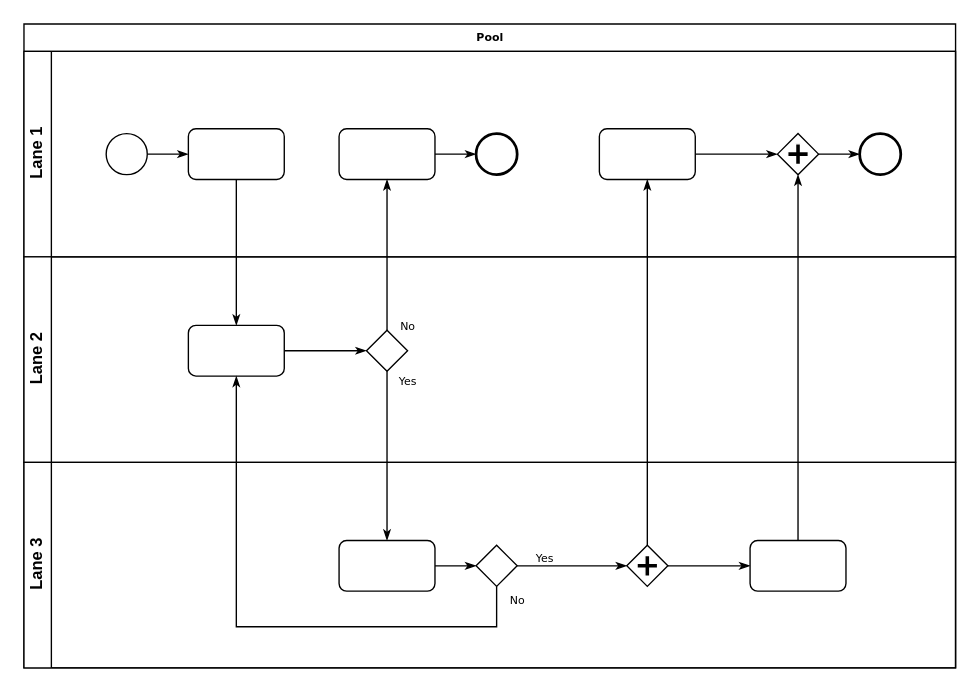
Above: Untitled Diagram.drawio in liyy2/artificial-intelligence (draw.io), before the change. Source tidied: cells renumbered, new cells numbered last; positions are measured from the earlier drawing's top-left corner, leaving out a move shared by most shapes. Both pictures are drawn from the tidied source at 137%, with x=0, y=0 at pixel (23, 23).
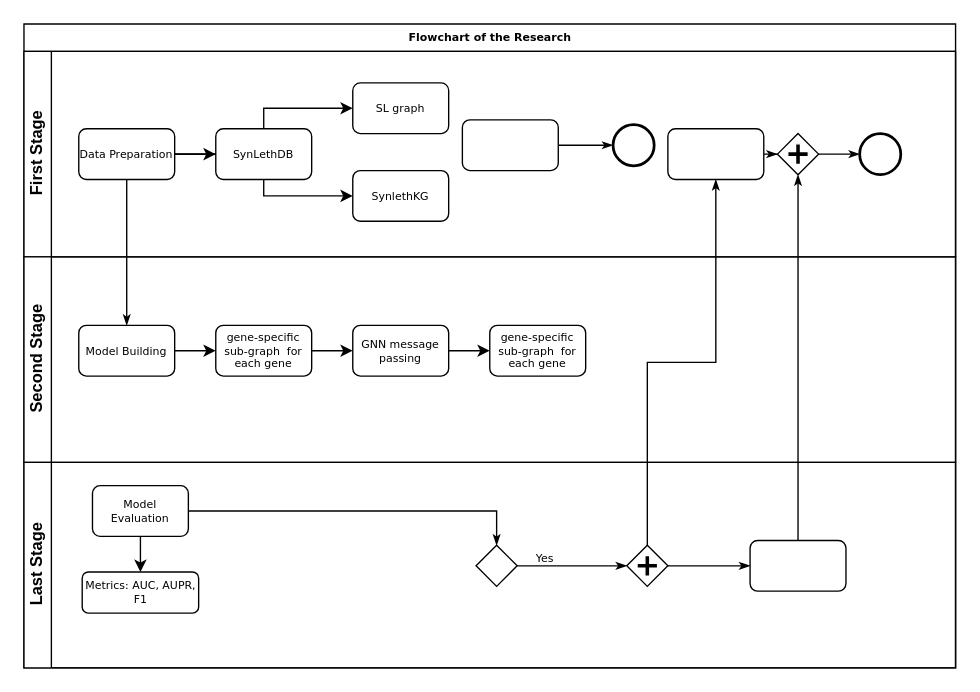
After the change.

The change refers to these unchanged cells:
```xml
<mxCell id="23" style="strokeWidth=1;html=1;shape=mxgraph.flowchart.decision;whiteSpace=wrap;rounded=1;shadow=0;labelBackgroundColor=none;fontFamily=Verdana;fontSize=8;align=center;" parent="19" vertex="1">
  <mxGeometry x="330" y="60.5" width="30" height="30" as="geometry" />
</mxCell>
```

Diff of the diagram source:
```diff
@@
-    <mxCell id="2" value="Pool" style="swimlane;html=1;horizontal=1;startSize=20;rounded=0;shadow=0;labelBackgroundColor=none;strokeWidth=1;fontFamily=Verdana;fontSize=8;align=center;" parent="1" vertex="1">
+    <mxCell id="2" value="Flowchart of the Research" style="swimlane;html=1;horizontal=1;startSize=20;rounded=0;shadow=0;labelBackgroundColor=none;strokeWidth=1;fontFamily=Verdana;fontSize=8;align=center;" parent="1" vertex="1">
       <mxGeometry width="680" height="470" as="geometry" />
     </mxCell>
-    <mxCell id="3" value="Lane 1" style="swimlane;html=1;startSize=20;horizontal=0;" parent="2" vertex="1">
+    <mxCell id="3" value="First Stage&lt;br&gt;" style="swimlane;html=1;startSize=20;horizontal=0;" parent="2" vertex="1">
       <mxGeometry y="20" width="680" height="150" as="geometry" />
     </mxCell>
-    <mxCell id="4" style="edgeStyle=orthogonalEdgeStyle;rounded=0;html=1;labelBackgroundColor=none;startArrow=none;startFill=0;startSize=5;endArrow=classicThin;endFill=1;endSize=5;jettySize=auto;strokeWidth=1;fontFamily=Verdana;fontSize=8;" parent="3" edge="1" source="5" target="6">
-      <mxGeometry relative="1" as="geometry" />
-    </mxCell>
-    <mxCell id="5" style="ellipse;whiteSpace=wrap;html=1;rounded=0;shadow=0;labelBackgroundColor=none;strokeWidth=1;fontFamily=Verdana;fontSize=8;align=center;" parent="3" vertex="1">
-      <mxGeometry x="60" y="60" width="30" height="30" as="geometry" />
-    </mxCell>
-    <mxCell id="6" style="rounded=1;whiteSpace=wrap;html=1;shadow=0;labelBackgroundColor=none;strokeWidth=1;fontFamily=Verdana;fontSize=8;align=center;" parent="3" vertex="1">
-      <mxGeometry x="120" y="56.5" width="70" height="37" as="geometry" />
+    <mxCell id="6" value="Data Preparation" style="rounded=1;whiteSpace=wrap;html=1;shadow=0;labelBackgroundColor=none;strokeWidth=1;fontFamily=Verdana;fontSize=8;align=center;" parent="3" vertex="1">
+      <mxGeometry x="40" y="56.5" width="70" height="37" as="geometry" />
     </mxCell>
@@
     <mxCell id="8" style="rounded=1;whiteSpace=wrap;html=1;shadow=0;labelBackgroundColor=none;strokeWidth=1;fontFamily=Verdana;fontSize=8;align=center;" parent="3" vertex="1">
-      <mxGeometry x="230" y="56.5" width="70" height="37" as="geometry" />
+      <mxGeometry x="320" y="50" width="70" height="37" as="geometry" />
     </mxCell>
     <mxCell id="9" style="ellipse;whiteSpace=wrap;html=1;rounded=0;shadow=0;labelBackgroundColor=none;strokeWidth=2;fontFamily=Verdana;fontSize=8;align=center;" parent="3" vertex="1">
-      <mxGeometry x="330" y="60" width="30" height="30" as="geometry" />
+      <mxGeometry x="430" y="53.5" width="30" height="30" as="geometry" />
     </mxCell>
@@
     <mxCell id="11" style="rounded=1;whiteSpace=wrap;html=1;shadow=0;labelBackgroundColor=none;strokeWidth=1;fontFamily=Verdana;fontSize=8;align=center;" parent="3" vertex="1">
-      <mxGeometry x="420" y="56.5" width="70" height="37" as="geometry" />
+      <mxGeometry x="470" y="56.5" width="70" height="37" as="geometry" />
     </mxCell>
@@
+    <mxCell id="33" value="SL graph" style="rounded=1;whiteSpace=wrap;html=1;shadow=0;labelBackgroundColor=none;strokeWidth=1;fontFamily=Verdana;fontSize=8;align=center;" parent="3" vertex="1">
+      <mxGeometry x="240" y="23" width="70" height="37" as="geometry" />
+    </mxCell>
+    <mxCell id="34" style="edgeStyle=orthogonalEdgeStyle;rounded=0;jettySize=auto;html=1;" parent="3" edge="1" source="6" target="33">
+      <mxGeometry relative="1" as="geometry" />
+    </mxCell>
+    <mxCell id="35" value="SynlethKG" style="rounded=1;whiteSpace=wrap;html=1;shadow=0;labelBackgroundColor=none;strokeWidth=1;fontFamily=Verdana;fontSize=8;align=center;" parent="3" vertex="1">
+      <mxGeometry x="240" y="87" width="70" height="37" as="geometry" />
+    </mxCell>
+    <mxCell id="36" style="edgeStyle=orthogonalEdgeStyle;rounded=0;jettySize=auto;html=1;" parent="3" edge="1" source="6" target="35">
+      <mxGeometry relative="1" as="geometry" />
+    </mxCell>
+    <mxCell id="37" value="SynLethDB" style="rounded=1;whiteSpace=wrap;html=1;shadow=0;labelBackgroundColor=none;strokeWidth=1;fontFamily=Verdana;fontSize=8;align=center;" parent="3" vertex="1">
+      <mxGeometry x="140" y="56.5" width="70" height="37" as="geometry" />
+    </mxCell>
+    <mxCell id="38" style="edgeStyle=orthogonalEdgeStyle;rounded=0;jettySize=auto;html=1;" parent="3" edge="1" source="6" target="37">
+      <mxGeometry relative="1" as="geometry" />
+    </mxCell>
-    <mxCell id="15" value="Lane 2" style="swimlane;html=1;startSize=20;horizontal=0;" parent="2" vertex="1">
+    <mxCell id="15" value="Second Stage" style="swimlane;html=1;startSize=20;horizontal=0;" parent="2" vertex="1">
       <mxGeometry y="170" width="680" height="150" as="geometry" />
     </mxCell>
-    <mxCell id="16" style="edgeStyle=orthogonalEdgeStyle;rounded=0;html=1;labelBackgroundColor=none;startArrow=none;startFill=0;startSize=5;endArrow=classicThin;endFill=1;endSize=5;jettySize=auto;strokeWidth=1;fontFamily=Verdana;fontSize=8;" parent="15" edge="1" source="17" target="18">
-      <mxGeometry relative="1" as="geometry" />
-    </mxCell>
-    <mxCell id="17" style="rounded=1;whiteSpace=wrap;html=1;shadow=0;labelBackgroundColor=none;strokeWidth=1;fontFamily=Verdana;fontSize=8;align=center;" parent="15" vertex="1">
-      <mxGeometry x="120" y="50" width="70" height="37" as="geometry" />
+    <mxCell id="17" value="Model Building" style="rounded=1;whiteSpace=wrap;html=1;shadow=0;labelBackgroundColor=none;strokeWidth=1;fontFamily=Verdana;fontSize=8;align=center;" parent="15" vertex="1">
+      <mxGeometry x="40" y="50" width="70" height="37" as="geometry" />
     </mxCell>
-    <mxCell id="18" style="strokeWidth=1;html=1;shape=mxgraph.flowchart.decision;whiteSpace=wrap;rounded=1;shadow=0;labelBackgroundColor=none;fontFamily=Verdana;fontSize=8;align=center;" parent="15" vertex="1">
-      <mxGeometry x="250" y="53.5" width="30" height="30" as="geometry" />
-    </mxCell>
+    <mxCell id="39" value="gene-speciﬁc sub-graph &amp;nbsp;for each gene" style="rounded=1;whiteSpace=wrap;html=1;shadow=0;labelBackgroundColor=none;strokeWidth=1;fontFamily=Verdana;fontSize=8;align=center;" parent="15" vertex="1">
+      <mxGeometry x="140" y="50" width="70" height="37" as="geometry" />
+    </mxCell>
+    <mxCell id="40" style="edgeStyle=orthogonalEdgeStyle;rounded=0;jettySize=auto;html=1;" parent="15" edge="1" source="17" target="39">
+      <mxGeometry relative="1" as="geometry" />
+    </mxCell>
+    <mxCell id="41" value="GNN message passing" style="rounded=1;whiteSpace=wrap;html=1;shadow=0;labelBackgroundColor=none;strokeWidth=1;fontFamily=Verdana;fontSize=8;align=center;" parent="15" vertex="1">
+      <mxGeometry x="240" y="50" width="70" height="37" as="geometry" />
+    </mxCell>
+    <mxCell id="42" style="edgeStyle=orthogonalEdgeStyle;rounded=0;jettySize=auto;html=1;" parent="15" edge="1" source="39" target="41">
+      <mxGeometry relative="1" as="geometry" />
+    </mxCell>
+    <mxCell id="43" value="gene-speciﬁc sub-graph &amp;nbsp;for each gene" style="rounded=1;whiteSpace=wrap;html=1;shadow=0;labelBackgroundColor=none;strokeWidth=1;fontFamily=Verdana;fontSize=8;align=center;" parent="15" vertex="1">
+      <mxGeometry x="340" y="50" width="70" height="37" as="geometry" />
+    </mxCell>
+    <mxCell id="44" style="edgeStyle=orthogonalEdgeStyle;rounded=0;jettySize=auto;html=1;" parent="15" edge="1" source="41" target="43">
+      <mxGeometry relative="1" as="geometry" />
+    </mxCell>
-    <mxCell id="19" value="Lane 3" style="swimlane;html=1;startSize=20;horizontal=0;" parent="2" vertex="1">
+    <mxCell id="19" value="Last Stage" style="swimlane;html=1;startSize=20;horizontal=0;" parent="2" vertex="1">
       <mxGeometry y="320" width="680" height="150" as="geometry" />
     </mxCell>
@@
+    <mxCell id="45" style="edgeStyle=orthogonalEdgeStyle;rounded=0;jettySize=auto;html=1;" parent="19" edge="1" source="21" target="46">
+      <mxGeometry relative="1" as="geometry" />
+    </mxCell>
-    <mxCell id="21" style="rounded=1;whiteSpace=wrap;html=1;shadow=0;labelBackgroundColor=none;strokeWidth=1;fontFamily=Verdana;fontSize=8;align=center;" parent="19" vertex="1">
-      <mxGeometry x="230" y="57" width="70" height="37" as="geometry" />
+    <mxCell id="21" value="Model Evaluation" style="rounded=1;whiteSpace=wrap;html=1;shadow=0;labelBackgroundColor=none;strokeWidth=1;fontFamily=Verdana;fontSize=8;align=center;" parent="19" vertex="1">
+      <mxGeometry x="50" y="17" width="70" height="37" as="geometry" />
     </mxCell>
@@
+    <mxCell id="46" value="Metrics: AUC, AUPR, F1" style="whiteSpace=wrap;html=1;rounded=1;shadow=0;fontFamily=Verdana;fontSize=8;strokeWidth=1;" parent="19" vertex="1">
+      <mxGeometry x="42.5" y="80" width="85" height="30" as="geometry" />
+    </mxCell>
@@
-    <mxCell id="28" value="No" style="edgeStyle=orthogonalEdgeStyle;rounded=0;html=1;labelBackgroundColor=none;startArrow=none;startFill=0;startSize=5;endArrow=classicThin;endFill=1;endSize=5;jettySize=auto;strokeWidth=1;fontFamily=Verdana;fontSize=8;" parent="2" edge="1" source="18" target="8">
-      <mxGeometry x="-0.94" y="-15" relative="1" as="geometry" />
-    </mxCell>
-    <mxCell id="29" value="Yes" style="edgeStyle=orthogonalEdgeStyle;rounded=0;html=1;labelBackgroundColor=none;startArrow=none;startFill=0;startSize=5;endArrow=classicThin;endFill=1;endSize=5;jettySize=auto;strokeWidth=1;fontFamily=Verdana;fontSize=8;" parent="2" edge="1" source="18" target="21">
-      <mxGeometry x="-0.89" y="15" relative="1" as="geometry" />
-    </mxCell>
@@
-    <mxCell id="31" value="No" style="edgeStyle=orthogonalEdgeStyle;rounded=0;html=1;labelBackgroundColor=none;startArrow=none;startFill=0;startSize=5;endArrow=classicThin;endFill=1;endSize=5;jettySize=auto;strokeWidth=1;fontFamily=Verdana;fontSize=8;" parent="2" edge="1" source="23" target="17">
-      <mxGeometry x="-0.95" y="15" relative="1" as="geometry">
-        <Array as="points">
-          <mxPoint x="345" y="440" />
-          <mxPoint x="155" y="440" />
-        </Array>
-      </mxGeometry>
-    </mxCell>
```
